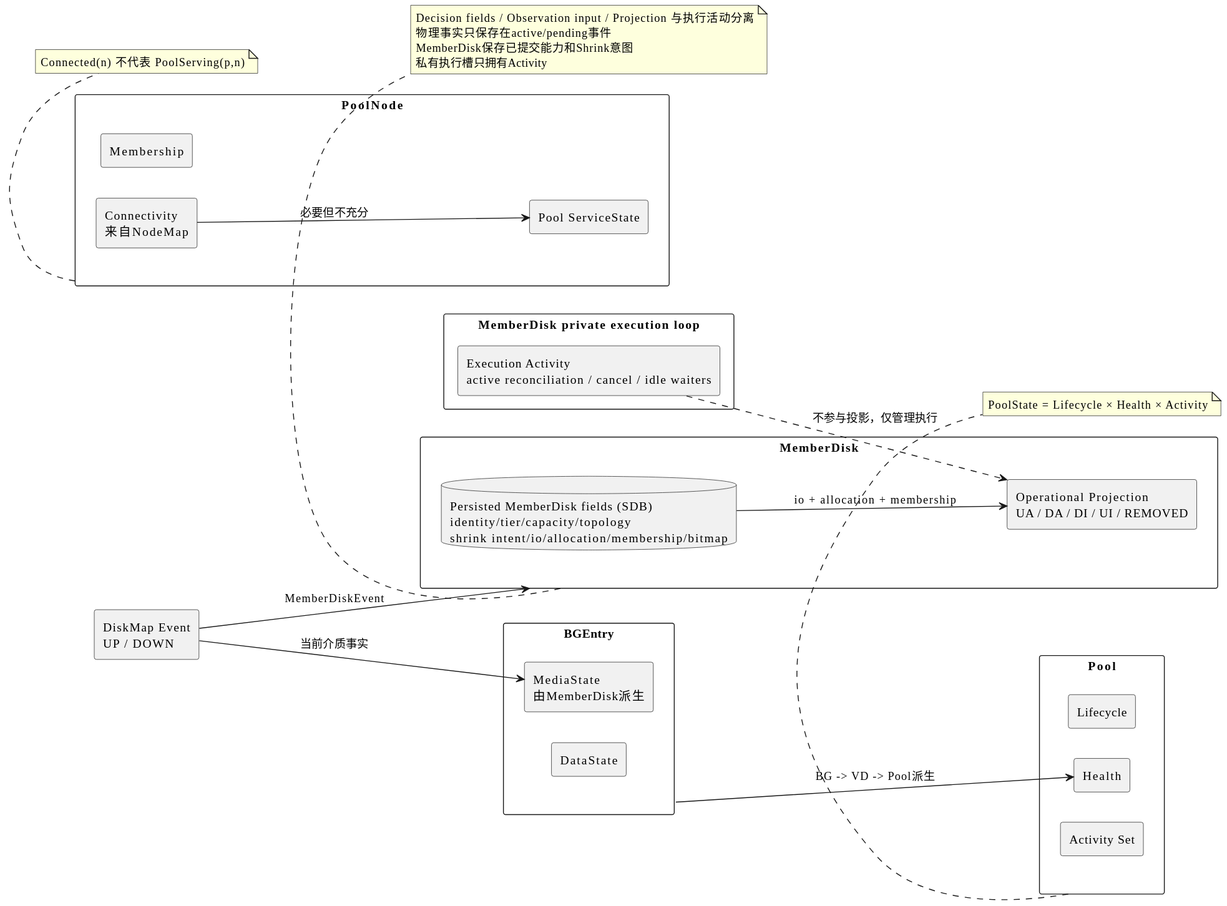
This is docs/assets/state-dimensions.svg from limushu/runtime, a PlantUML export, as it was before one commit.
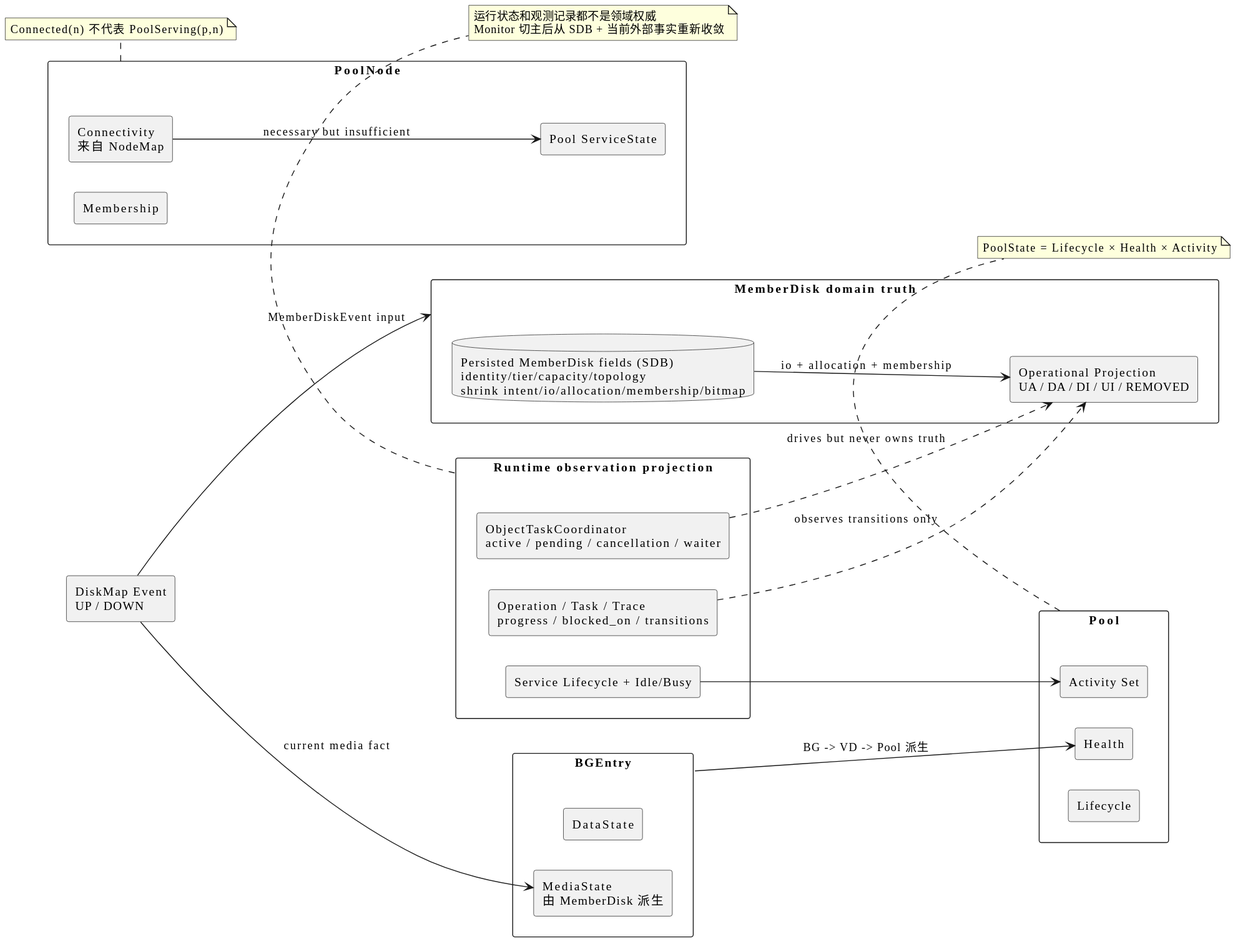
Later version of the same file.

The edit, as a diff of the source:
```diff
@@ -11,34 +11,38 @@
   component "Activity Set" as Activity
 }
 
-rectangle "MemberDisk" as MD {
+rectangle "MemberDisk domain truth" as MD {
   database "Persisted MemberDisk fields (SDB)\nidentity/tier/capacity/topology\nshrink intent/io/allocation/membership/bitmap" as Decision
   component "Operational Projection\nUA / DA / DI / UI / REMOVED" as DiskState
 }
 
 component "DiskMap Event\nUP / DOWN" as PhysicalState
 
-rectangle "MemberDisk private execution loop" as Runtime {
-  component "Execution Activity\nactive reconciliation / cancel / idle waiters" as ReconcileActivity
+rectangle "Runtime observation projection" as Runtime {
+  component "ObjectTaskCoordinator\nactive / pending / cancellation / waiter" as ReconcileActivity
+  component "Operation / Task / Trace\nprogress / blocked_on / transitions" as TaskView
+  component "Service Lifecycle + Idle/Busy" as ServiceView
 }
 
 rectangle "PoolNode" as PN {
   component Membership
-  component "Connectivity\n来自NodeMap" as Connectivity
+  component "Connectivity\n来自 NodeMap" as Connectivity
   component "Pool ServiceState" as ServiceState
 }
 
 rectangle "BGEntry" as Entry {
-  component "MediaState\n由MemberDisk派生" as MediaState
+  component "MediaState\n由 MemberDisk 派生" as MediaState
   component DataState
 }
 
-Entry --> Health : BG -> VD -> Pool派生
-PhysicalState --> MD : MemberDiskEvent
-PhysicalState --> MediaState : 当前介质事实
+Entry --> Health : BG -> VD -> Pool 派生
+PhysicalState --> MD : MemberDiskEvent input
+PhysicalState --> MediaState : current media fact
 Decision --> DiskState : io + allocation + membership
-ReconcileActivity ..> DiskState : 不参与投影，仅管理执行
-Connectivity --> ServiceState : 必要但不充分
+ReconcileActivity ..> DiskState : drives but never owns truth
+TaskView ..> DiskState : observes transitions only
+ServiceView --> Activity
+Connectivity --> ServiceState : necessary but insufficient
 
 note bottom of Pool
 PoolState = Lifecycle × Health × Activity
@@ -48,10 +52,8 @@
 Connected(n) 不代表 PoolServing(p,n)
 end note
 
-note bottom of MD
-Decision fields / Observation input / Projection 与执行活动分离
-物理事实只保存在active/pending事件
-MemberDisk保存已提交能力和Shrink意图
-私有执行槽只拥有Activity
+note bottom of Runtime
+运行状态和观测记录都不是领域权威
+Monitor 切主后从 SDB + 当前外部事实重新收敛
 end note
 @enduml
```
